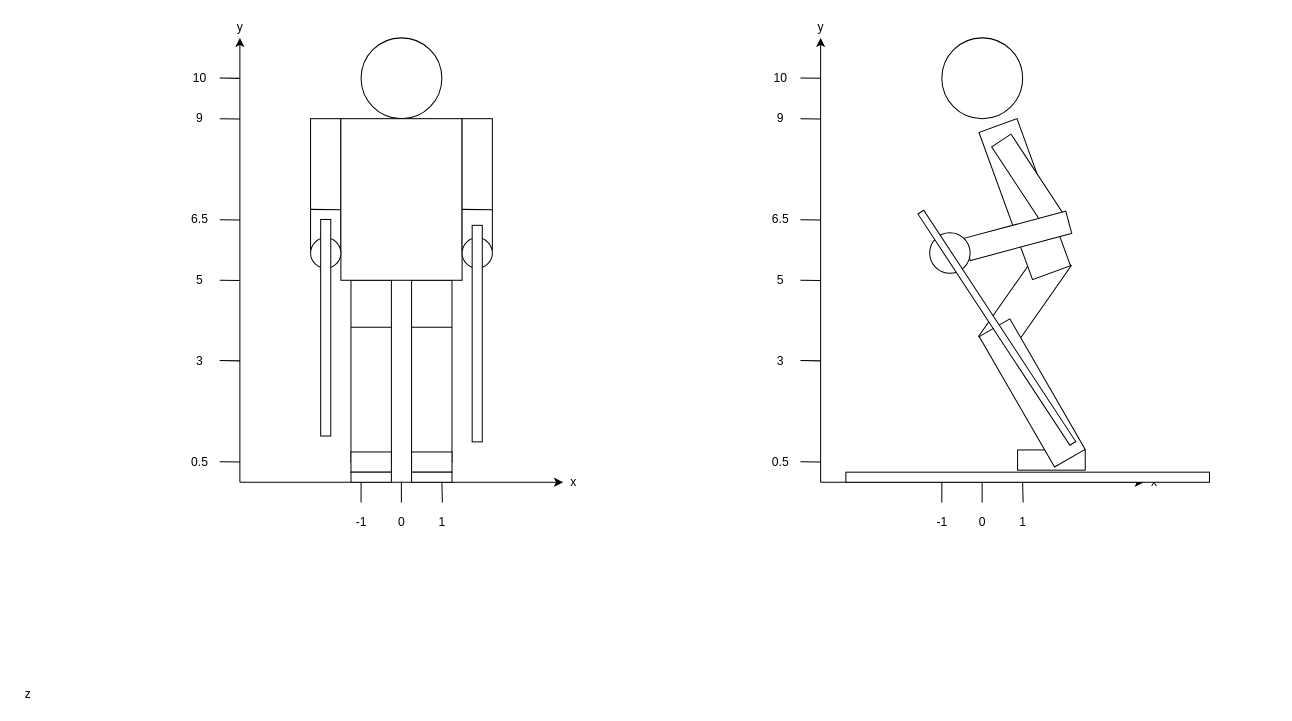
cyberme0w/VRMLProjekt keeps this draw.io diagram as V21_Gruppenbuchstabe_Matrikelnummer/Dokumentation/skifahrer_sketch.drawio. Above is the earlier version. Source tidied: cells renumbered, new cells numbered last; positions are measured from the earlier drawing's top-left corner, leaving out a move shared by most shapes. Both pictures are drawn from the tidied source at 101%, with x=0, y=0 at pixel (17, 17).
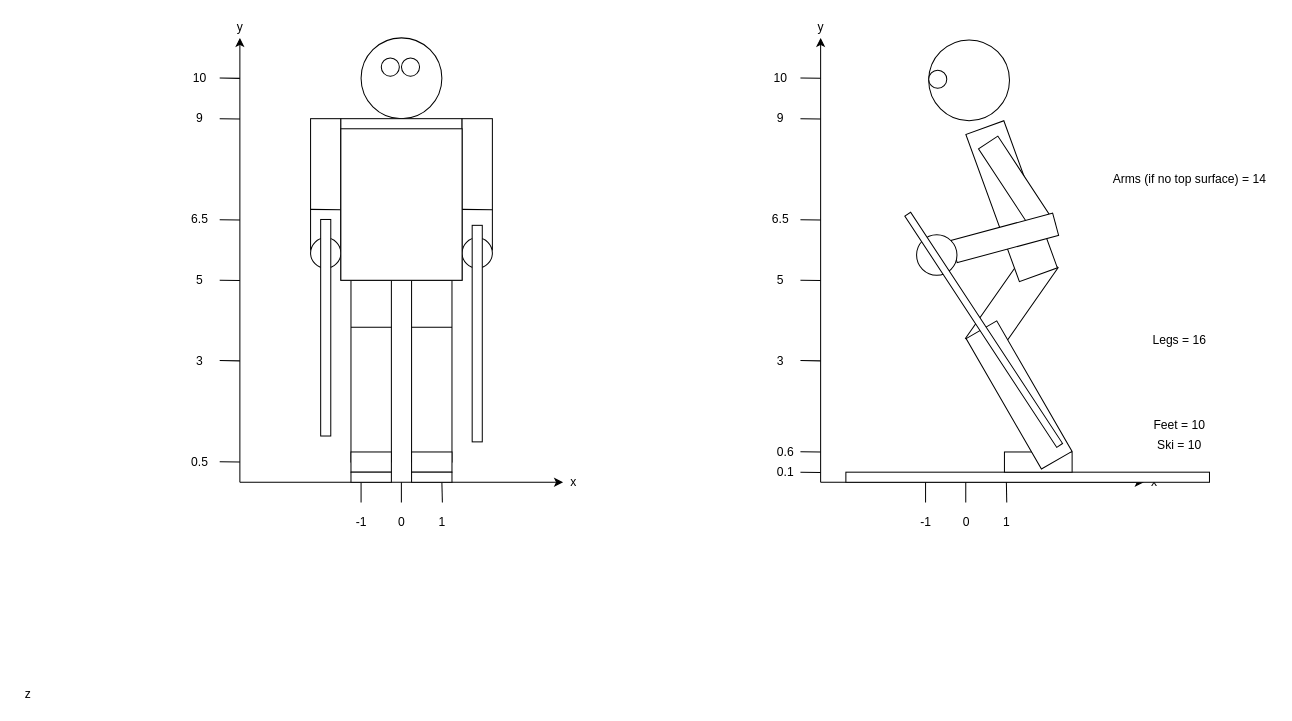
The same diagram, later.

Commit message (it also covers changes not shown here):
Finished drawing up the skier prototype

The edit, as a diff of the source:
```diff
@@
     <mxCell id="37" style="whiteSpace=wrap;html=1;rotation=35;" parent="1" vertex="1">
-      <mxGeometry x="979.8" y="225.6" width="35" height="110" as="geometry" />
+      <mxGeometry x="966.8" y="227.6" width="35" height="110" as="geometry" />
     </mxCell>
@@
     <mxCell id="42" style="ellipse;whiteSpace=wrap;html=1;" parent="1" vertex="1">
-      <mxGeometry x="915" y="20" width="80" height="80" as="geometry" />
+      <mxGeometry x="902" y="22" width="80" height="80" as="geometry" />
     </mxCell>
     <mxCell id="43" style="whiteSpace=wrap;html=1;rotation=-20;" parent="1" vertex="1">
-      <mxGeometry x="977.1" y="102.2" width="40" height="155" as="geometry" />
+      <mxGeometry x="964.1" y="104.2" width="40" height="155" as="geometry" />
     </mxCell>
@@
     <mxCell id="51" style="endArrow=none;html=1;" parent="1" edge="1">
       <mxGeometry relative="1" as="geometry">
-        <mxPoint x="775" y="439.6" as="sourcePoint" />
-        <mxPoint x="795" y="439.9" as="targetPoint" />
+        <mxPoint x="775" y="429.7" as="sourcePoint" />
+        <mxPoint x="795" y="430" as="targetPoint" />
       </mxGeometry>
     </mxCell>
@@
-    <mxCell id="55" value="0.5" style="text;html=1;align=center;verticalAlign=middle;strokeColor=none;" parent="1" vertex="1">
-      <mxGeometry x="740" y="430" width="30" height="20" as="geometry" />
+    <mxCell id="55" value="0.6" style="text;html=1;align=center;verticalAlign=middle;strokeColor=none;" parent="1" vertex="1">
+      <mxGeometry x="745" y="420" width="30" height="20" as="geometry" />
     </mxCell>
@@
     <mxCell id="57" style="whiteSpace=wrap;html=1;" parent="1" vertex="1">
-      <mxGeometry x="990" y="428" width="67" height="20" as="geometry" />
+      <mxGeometry x="977" y="430" width="67" height="20" as="geometry" />
     </mxCell>
     <mxCell id="58" style="endArrow=none;html=1;" parent="1" edge="1">
       <mxGeometry relative="1" as="geometry">
-        <mxPoint x="954.9" y="480.1" as="sourcePoint" />
-        <mxPoint x="954.9" y="460" as="targetPoint" />
+        <mxPoint x="938.7" y="480.1" as="sourcePoint" />
+        <mxPoint x="938.7" y="460" as="targetPoint" />
       </mxGeometry>
     </mxCell>
     <mxCell id="59" value="0" style="text;html=1;align=center;verticalAlign=middle;strokeColor=none;" parent="1" vertex="1">
-      <mxGeometry x="945" y="490" width="20" height="20" as="geometry" />
+      <mxGeometry x="928.9" y="490" width="20" height="20" as="geometry" />
     </mxCell>
     <mxCell id="60" style="endArrow=none;html=1;" parent="1" edge="1">
       <mxGeometry relative="1" as="geometry">
-        <mxPoint x="995.5" y="480" as="sourcePoint" />
-        <mxPoint x="995" y="460" as="targetPoint" />
+        <mxPoint x="979.3" y="480" as="sourcePoint" />
+        <mxPoint x="978.9" y="460" as="targetPoint" />
       </mxGeometry>
     </mxCell>
     <mxCell id="61" value="1" style="text;html=1;align=center;verticalAlign=middle;strokeColor=none;" parent="1" vertex="1">
-      <mxGeometry x="985" y="490" width="20" height="20" as="geometry" />
+      <mxGeometry x="968.9" y="490" width="20" height="20" as="geometry" />
     </mxCell>
     <mxCell id="62" value="-1" style="text;html=1;align=center;verticalAlign=middle;strokeColor=none;" parent="1" vertex="1">
-      <mxGeometry x="900" y="490" width="30" height="20" as="geometry" />
+      <mxGeometry x="883.9" y="490" width="30" height="20" as="geometry" />
     </mxCell>
     <mxCell id="63" style="endArrow=none;html=1;" parent="1" edge="1">
       <mxGeometry relative="1" as="geometry">
-        <mxPoint x="915" y="480.1" as="sourcePoint" />
-        <mxPoint x="915" y="460" as="targetPoint" />
+        <mxPoint x="898.9" y="480.1" as="sourcePoint" />
+        <mxPoint x="898.9" y="460" as="targetPoint" />
       </mxGeometry>
     </mxCell>
     <mxCell id="64" style="whiteSpace=wrap;html=1;rotation=-30;" parent="1" vertex="1">
-      <mxGeometry x="987" y="297" width="35" height="149.1" as="geometry" />
+      <mxGeometry x="974" y="299" width="35" height="149.1" as="geometry" />
     </mxCell>
     <mxCell id="65" style="whiteSpace=wrap;html=1;rotation=-33.3;" parent="1" vertex="1">
-      <mxGeometry x="991" y="113" width="22.9" height="104" as="geometry" />
+      <mxGeometry x="978" y="115" width="22.9" height="104" as="geometry" />
     </mxCell>
     <mxCell id="66" style="whiteSpace=wrap;html=1;rotation=75;" parent="1" vertex="1">
-      <mxGeometry x="979" y="164" width="22.9" height="104" as="geometry" />
+      <mxGeometry x="966" y="166" width="22.9" height="104" as="geometry" />
     </mxCell>
     <mxCell id="67" style="ellipse;whiteSpace=wrap;html=1;" parent="1" vertex="1">
-      <mxGeometry x="903" y="213" width="40" height="40" as="geometry" />
+      <mxGeometry x="890" y="215" width="40" height="40" as="geometry" />
     </mxCell>
     <mxCell id="68" style="whiteSpace=wrap;html=1;rotation=-33.3;" parent="1" vertex="1">
-      <mxGeometry x="966" y="170" width="6.9" height="274" as="geometry" />
+      <mxGeometry x="953" y="172" width="6.9" height="274" as="geometry" />
     </mxCell>
@@
+    <mxCell id="75" style="ellipse;whiteSpace=wrap;html=1;" parent="1" vertex="1">
+      <mxGeometry x="360" y="40" width="17.9" height="17.9" as="geometry" />
+    </mxCell>
+    <mxCell id="76" style="ellipse;whiteSpace=wrap;html=1;" parent="1" vertex="1">
+      <mxGeometry x="380" y="40" width="17.9" height="17.9" as="geometry" />
+    </mxCell>
+    <mxCell id="77" style="ellipse;whiteSpace=wrap;html=1;" parent="1" vertex="1">
+      <mxGeometry x="902" y="52" width="17.9" height="17.9" as="geometry" />
+    </mxCell>
+    <mxCell id="78" style="whiteSpace=wrap;html=1;" parent="1" vertex="1">
+      <mxGeometry x="320" y="110" width="120" height="150" as="geometry" />
+    </mxCell>
+    <mxCell id="79" value="Legs = 16" style="text;html=1;align=center;verticalAlign=middle;strokeColor=none;" parent="1" vertex="1">
+      <mxGeometry x="1115" y="310" width="70" height="20" as="geometry" />
+    </mxCell>
+    <mxCell id="80" value="Feet = 10" style="text;html=1;align=center;verticalAlign=middle;strokeColor=none;" parent="1" vertex="1">
+      <mxGeometry x="1115" y="394.2" width="70" height="20" as="geometry" />
+    </mxCell>
+    <mxCell id="81" value="Ski = 10" style="text;html=1;align=center;verticalAlign=middle;strokeColor=none;" parent="1" vertex="1">
+      <mxGeometry x="1120" y="414.2" width="60" height="20" as="geometry" />
+    </mxCell>
+    <mxCell id="82" value="Arms (if no top surface) = 14" style="text;html=1;align=center;verticalAlign=middle;strokeColor=none;" parent="1" vertex="1">
+      <mxGeometry x="1075" y="150" width="170" height="20" as="geometry" />
+    </mxCell>
+    <mxCell id="83" value="0.1" style="text;html=1;align=center;verticalAlign=middle;strokeColor=none;" parent="1" vertex="1">
+      <mxGeometry x="745" y="440" width="30" height="20" as="geometry" />
+    </mxCell>
+    <mxCell id="84" style="endArrow=none;html=1;" parent="1" edge="1">
+      <mxGeometry relative="1" as="geometry">
+        <mxPoint x="775" y="450" as="sourcePoint" />
+        <mxPoint x="795" y="450.3" as="targetPoint" />
+      </mxGeometry>
+    </mxCell>
```
